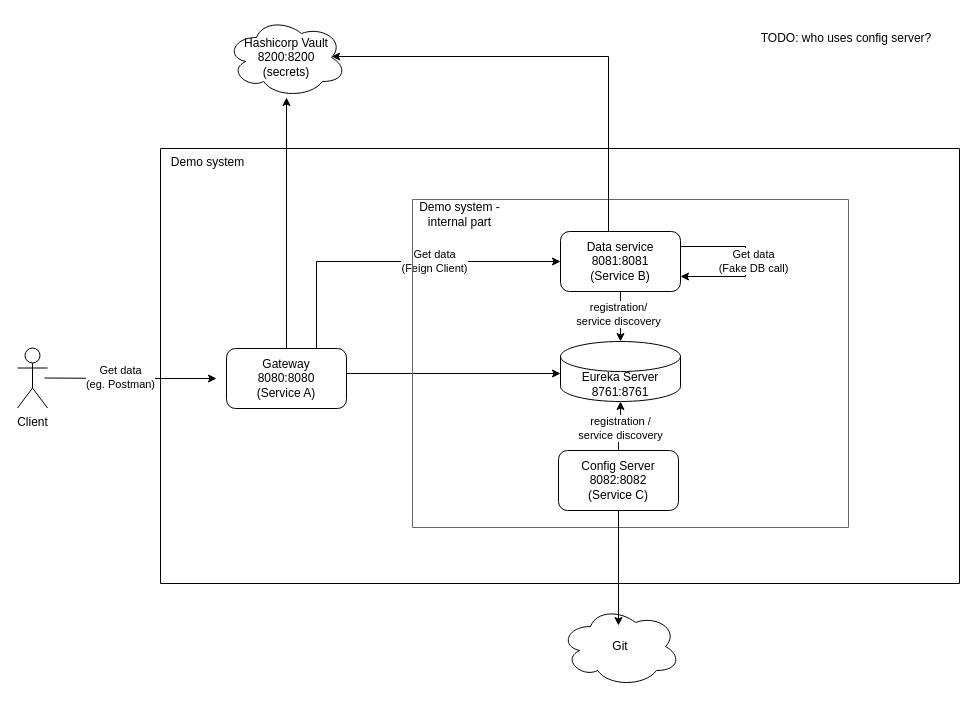
mcaniga/instea-microservices-presentation keeps this draw.io diagram as architecture.drawio. Above is the earlier version. Source tidied: cells renumbered, new cells numbered last; positions are measured from the earlier drawing's top-left corner, leaving out a move shared by most shapes. Both pictures are drawn from the tidied source at 100%, with x=0, y=0 at pixel (17, 17).
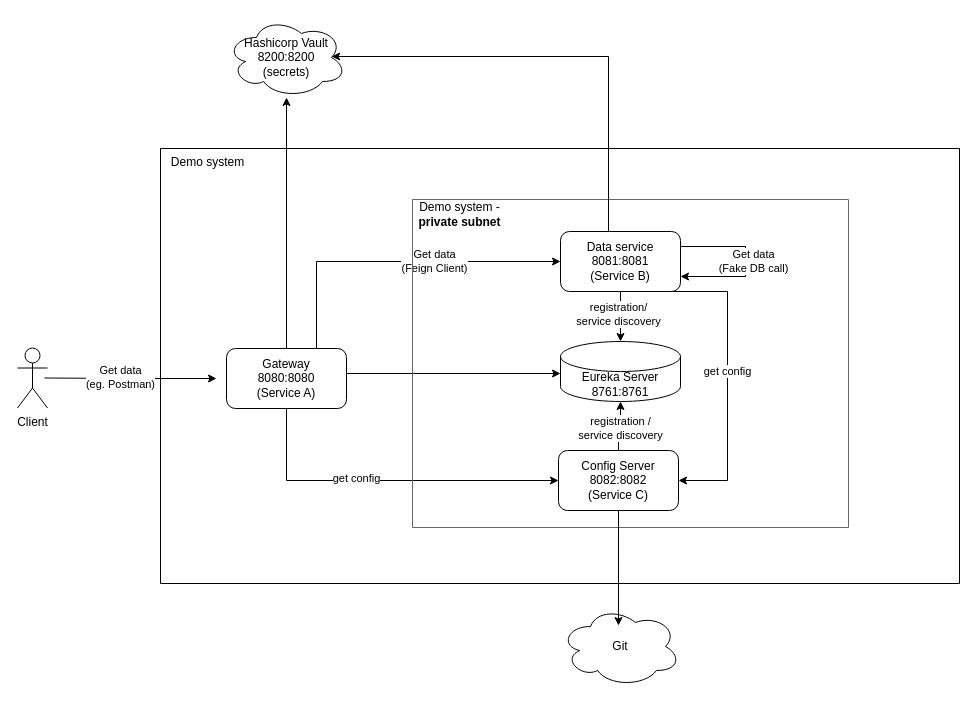
The same page after the edit.

The change refers to these unchanged cells:
```xml
<mxCell id="5" value="Gateway&lt;div&gt;8080:8080&lt;br&gt;&lt;div&gt;(Service A)&lt;/div&gt;&lt;/div&gt;" style="rounded=1;whiteSpace=wrap;html=1;" parent="1" vertex="1">
  <mxGeometry x="209" y="331" width="120" height="60" as="geometry" />
</mxCell>
<mxCell id="10" style="swimlane;startSize=0;" parent="1" vertex="1">
  <mxGeometry x="143" y="131" width="799" height="435" as="geometry" />
</mxCell>
<mxCell id="15" value="Config Server&lt;div&gt;8082:8082&lt;br&gt;&lt;div&gt;(Service C)&lt;/div&gt;&lt;/div&gt;" style="rounded=1;whiteSpace=wrap;html=1;" parent="10" vertex="1">
  <mxGeometry x="398" y="302" width="120" height="60" as="geometry" />
</mxCell>
<mxCell id="19" value="&lt;div&gt;Data service&lt;/div&gt;&lt;div&gt;8081:8081&lt;/div&gt;&lt;div&gt;(Service B)&lt;/div&gt;" style="rounded=1;whiteSpace=wrap;html=1;" parent="10" vertex="1">
  <mxGeometry x="400" y="83" width="120" height="60" as="geometry" />
</mxCell>
```

Diff of the diagram source:
```diff
@@
+    <mxCell id="28" style="edgeStyle=orthogonalEdgeStyle;rounded=0;jettySize=auto;html=1;exitX=0.5;exitY=1;exitDx=0;exitDy=0;entryX=0;entryY=0.5;entryDx=0;entryDy=0;" parent="1" edge="1" source="5" target="15">
+      <mxGeometry relative="1" as="geometry" />
+    </mxCell>
+    <mxCell id="29" value="get config" style="edgeLabel;html=1;align=center;verticalAlign=middle;" parent="28" vertex="1">
+      <mxGeometry x="-0.18" y="3" relative="1" as="geometry" />
+    </mxCell>
@@
-    <mxCell id="12" value="Demo system - internal part" style="text;html=1;align=center;verticalAlign=middle;whiteSpace=wrap;rounded=0;" parent="10" vertex="1">
+    <mxCell id="12" value="Demo system - &lt;b&gt;private subnet&lt;/b&gt;" style="text;html=1;align=center;verticalAlign=middle;whiteSpace=wrap;rounded=0;" parent="10" vertex="1">
       <mxGeometry x="252" y="51" width="95" height="30" as="geometry" />
     </mxCell>
@@
+    <mxCell id="30" style="edgeStyle=orthogonalEdgeStyle;rounded=0;jettySize=auto;html=1;exitX=0.75;exitY=1;exitDx=0;exitDy=0;entryX=1;entryY=0.5;entryDx=0;entryDy=0;" parent="10" edge="1" source="19" target="15">
+      <mxGeometry relative="1" as="geometry">
+        <Array as="points">
+          <mxPoint x="567" y="143" />
+          <mxPoint x="567" y="332" />
+        </Array>
+      </mxGeometry>
+    </mxCell>
+    <mxCell id="31" value="get config" style="edgeLabel;html=1;align=center;verticalAlign=middle;" parent="30" vertex="1">
+      <mxGeometry x="-0.01" y="-1" relative="1" as="geometry" />
+    </mxCell>
@@
-    <mxCell id="27" value="TODO: who uses config server?" style="text;html=1;align=center;verticalAlign=middle;whiteSpace=wrap;rounded=0;" parent="1" vertex="1">
-      <mxGeometry x="731" y="6" width="196" height="30" as="geometry" />
-    </mxCell>
```
